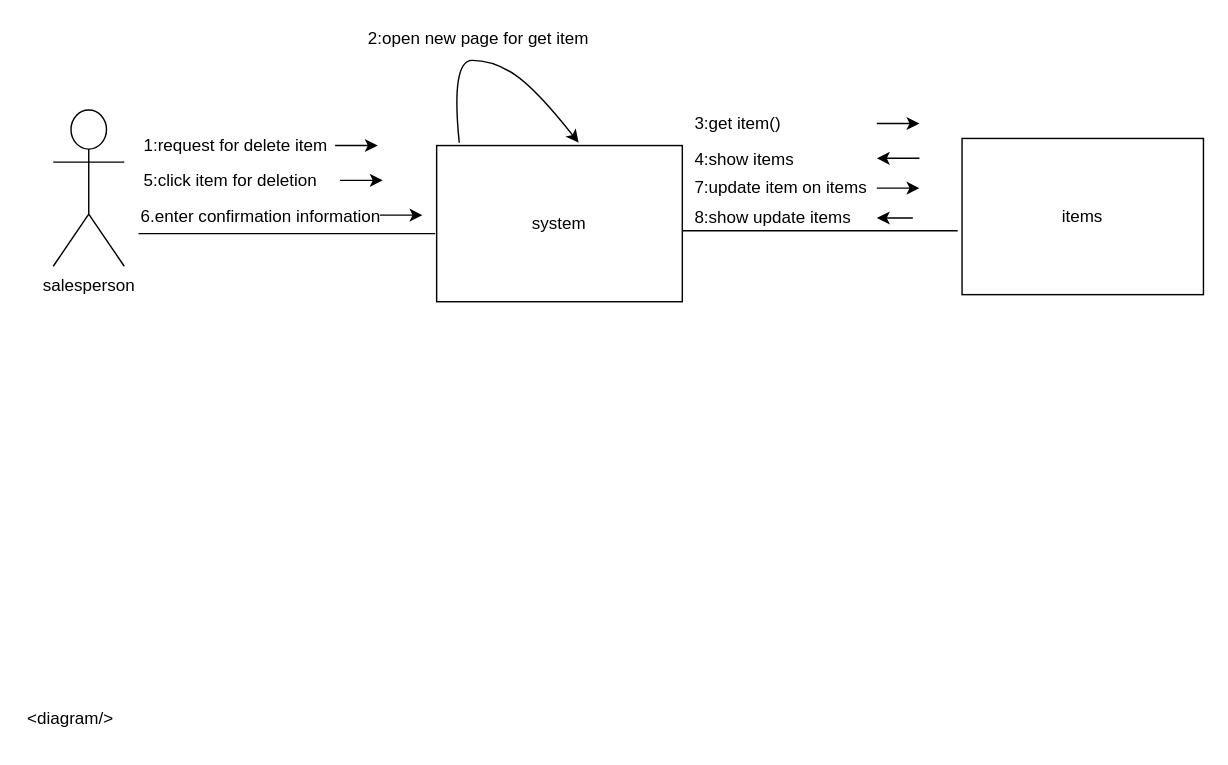
aenad/iut_foods keeps this draw.io diagram as communication_diagram/add.drawio. Above is the earlier version. Source tidied: cells renumbered, new cells numbered last; positions are measured from the earlier drawing's top-left corner, leaving out a move shared by most shapes. Both pictures are drawn from the tidied source at 142%, with x=0, y=0 at pixel (24, 24).
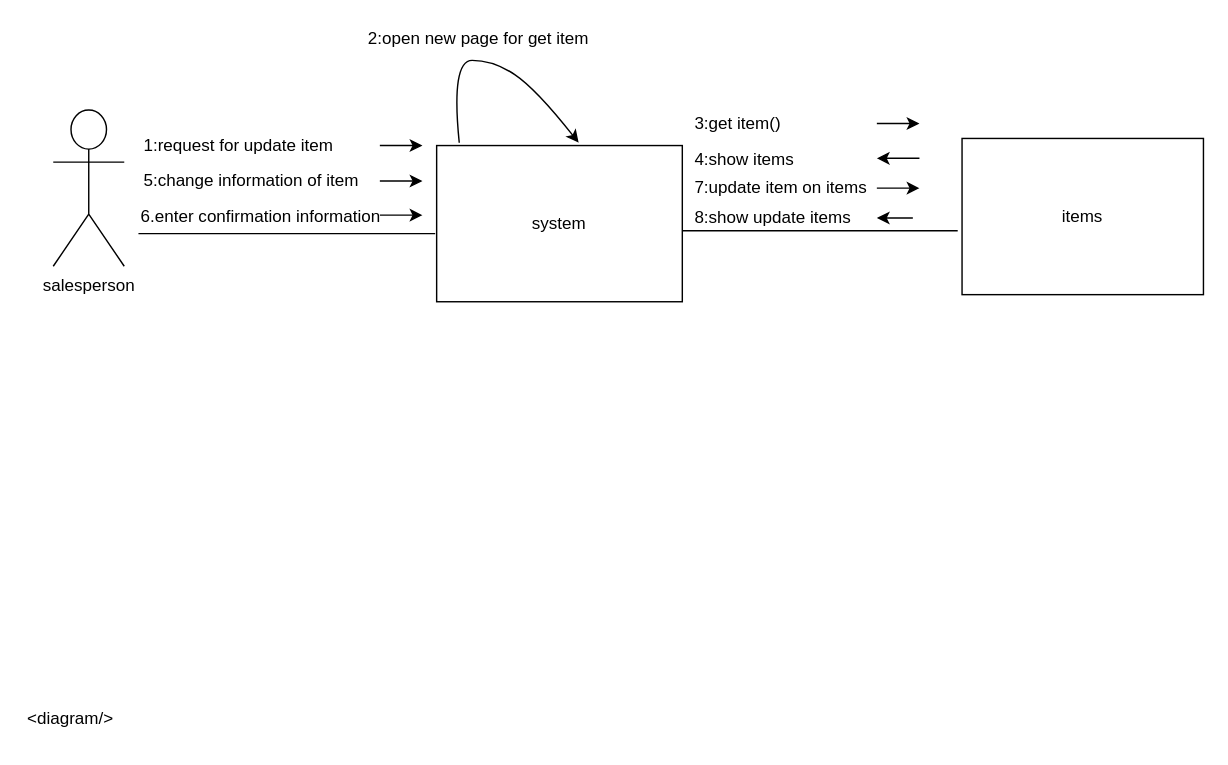
The same diagram, later.

The edit, as a diff of the source:
```diff
@@
-    <mxCell id="5" value="1:request for delete item " style="text;html=1;align=left;verticalAlign=top;spacingTop=-4;" parent="1" vertex="1">
-      <mxGeometry x="82" y="75" width="140" height="20" as="geometry" />
+    <mxCell id="5" value="1:request for update item " style="text;html=1;align=left;verticalAlign=top;spacingTop=-4;" parent="1" vertex="1">
+      <mxGeometry x="82" y="75" width="150" height="20" as="geometry" />
     </mxCell>
@@
-    <mxCell id="10" value="5:click item for deletion" style="text;html=1;align=left;verticalAlign=top;spacingTop=-4;" parent="1" vertex="1">
-      <mxGeometry x="82" y="100" width="130" height="20" as="geometry" />
+    <mxCell id="10" value="5:change information of item" style="text;html=1;align=left;verticalAlign=top;spacingTop=-4;" parent="1" vertex="1">
+      <mxGeometry x="82" y="100" width="160" height="20" as="geometry" />
     </mxCell>
@@
     <mxCell id="13" style="endArrow=classic;html=1;" parent="1" edge="1">
       <mxGeometry relative="1" as="geometry">
-        <mxPoint x="218.5" y="85" as="sourcePoint" />
-        <mxPoint x="248.5" y="85" as="targetPoint" />
+        <mxPoint x="250" y="85" as="sourcePoint" />
+        <mxPoint x="280" y="85" as="targetPoint" />
       </mxGeometry>
     </mxCell>
     <mxCell id="14" style="endArrow=classic;html=1;" parent="1" edge="1">
       <mxGeometry relative="1" as="geometry">
-        <mxPoint x="222" y="109.5" as="sourcePoint" />
-        <mxPoint x="252" y="109.5" as="targetPoint" />
+        <mxPoint x="250" y="110" as="sourcePoint" />
+        <mxPoint x="280" y="110" as="targetPoint" />
       </mxGeometry>
     </mxCell>
```
